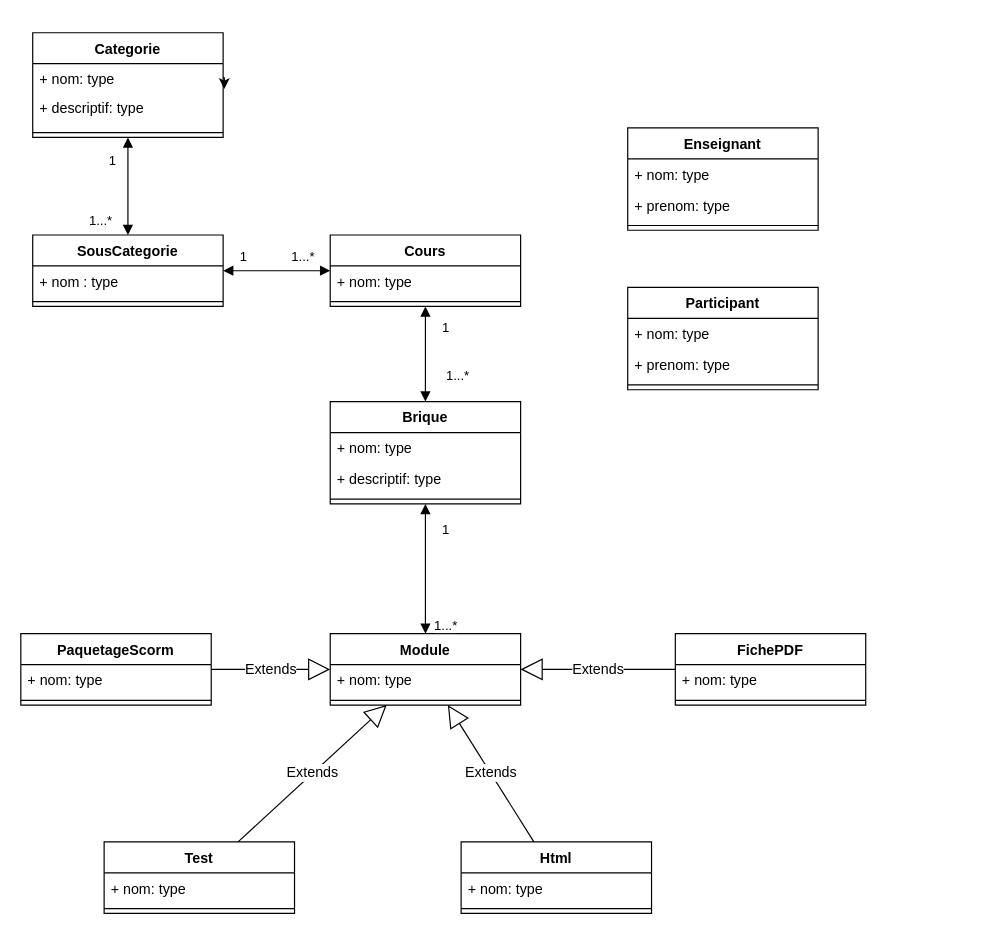
This is MasKaret.drawio from jean-seb-2106/pythontest, a draw.io file, before an edit. Source tidied: cells renumbered, new cells numbered last; positions are measured from the earlier drawing's top-left corner, leaving out a move shared by most shapes. Both pictures are drawn from the tidied source at 119%, with x=0, y=0 at pixel (20, 32).
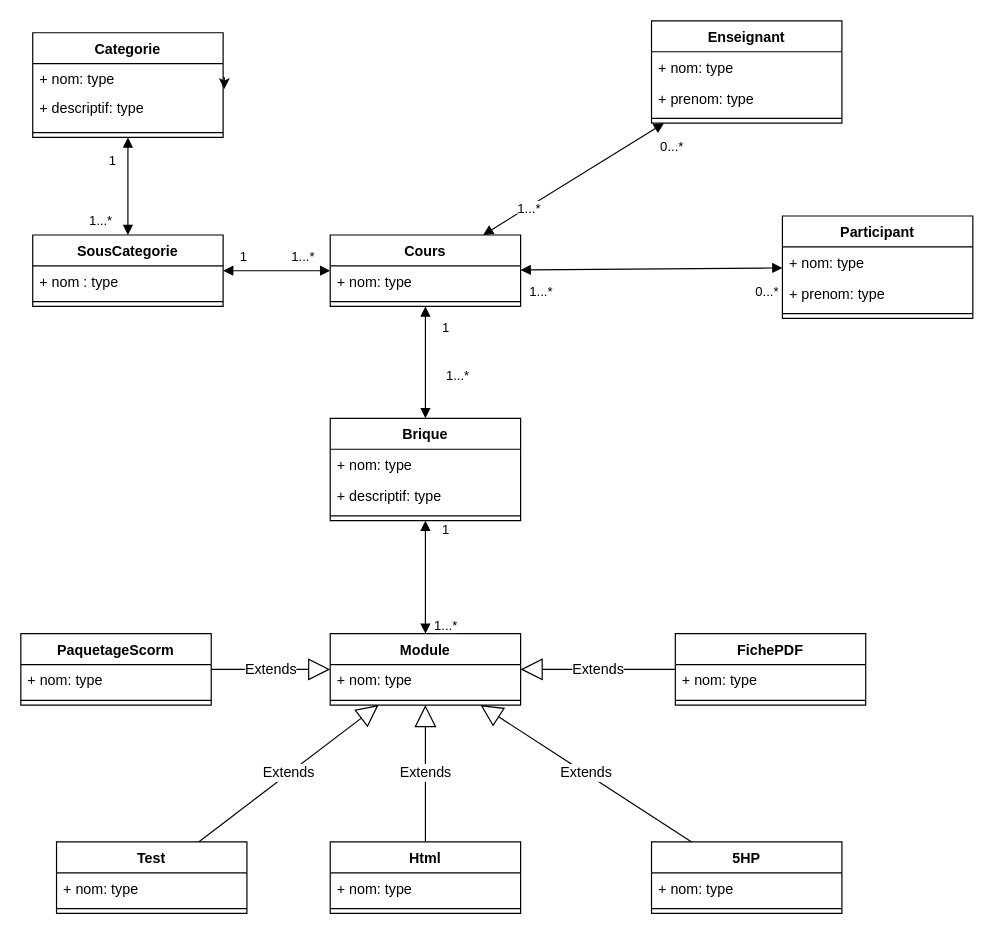
After the change.

Commit message:
Mettre à jour MasKaret.drawio

The change refers to these unchanged cells:
```xml
<mxCell id="10" value="Cours" style="swimlane;fontStyle=1;align=center;verticalAlign=top;horizontal=1;startSize=26;whiteSpace=wrap;html=1;" parent="1" vertex="1">
  <mxGeometry x="260" y="170" width="160" height="60" as="geometry" />
</mxCell>
<mxCell id="13" value="Module" style="swimlane;fontStyle=1;align=center;verticalAlign=top;horizontal=1;startSize=26;whiteSpace=wrap;html=1;" parent="1" vertex="1">
  <mxGeometry x="260" y="505" width="160" height="60" as="geometry" />
</mxCell>
```

Change to the diagram source:
```diff
@@
     <mxCell id="16" value="Enseignant" style="swimlane;fontStyle=1;align=center;verticalAlign=top;horizontal=1;startSize=26;whiteSpace=wrap;html=1;" parent="1" vertex="1">
-      <mxGeometry x="510" y="80" width="160" height="86" as="geometry" />
+      <mxGeometry x="530" y="-10" width="160" height="86" as="geometry" />
     </mxCell>
@@
     <mxCell id="20" value="Participant" style="swimlane;fontStyle=1;align=center;verticalAlign=top;horizontal=1;startSize=26;whiteSpace=wrap;html=1;" parent="1" vertex="1">
-      <mxGeometry x="510" y="214" width="160" height="86" as="geometry" />
+      <mxGeometry x="640" y="154" width="160" height="86" as="geometry" />
     </mxCell>
@@
     <mxCell id="27" value="Brique" style="swimlane;fontStyle=1;align=center;verticalAlign=top;horizontal=1;startSize=26;whiteSpace=wrap;html=1;" parent="1" vertex="1">
-      <mxGeometry x="260" y="310" width="160" height="86" as="geometry" />
+      <mxGeometry x="260" y="324" width="160" height="86" as="geometry" />
     </mxCell>
@@
     <mxCell id="32" value="Test" style="swimlane;fontStyle=1;align=center;verticalAlign=top;horizontal=1;startSize=26;whiteSpace=wrap;html=1;" parent="1" vertex="1">
-      <mxGeometry x="70" y="680" width="160" height="60" as="geometry" />
+      <mxGeometry x="30" y="680" width="160" height="60" as="geometry" />
     </mxCell>
@@
     <mxCell id="49" value="Html" style="swimlane;fontStyle=1;align=center;verticalAlign=top;horizontal=1;startSize=26;whiteSpace=wrap;html=1;" parent="1" vertex="1">
-      <mxGeometry x="370" y="680" width="160" height="60" as="geometry" />
+      <mxGeometry x="260" y="680" width="160" height="60" as="geometry" />
     </mxCell>
@@
+    <mxCell id="56" style="endArrow=block;startArrow=block;endFill=1;startFill=1;html=1;rounded=0;" parent="1" edge="1" source="10" target="16">
+      <mxGeometry relative="1" as="geometry" />
+    </mxCell>
+    <mxCell id="57" style="endArrow=block;startArrow=block;endFill=1;startFill=1;html=1;rounded=0;" parent="1" edge="1" source="10" target="20">
+      <mxGeometry relative="1" as="geometry" />
+    </mxCell>
+    <mxCell id="58" value="1...*" style="edgeLabel;html=1;align=center;verticalAlign=middle;" parent="1" vertex="1">
+      <mxGeometry x="400" y="140" as="geometry">
+        <mxPoint x="26" y="7" as="offset" />
+      </mxGeometry>
+    </mxCell>
+    <mxCell id="59" value="0...*" style="edgeLabel;html=1;align=center;verticalAlign=middle;" parent="1" vertex="1">
+      <mxGeometry x="520" y="88" as="geometry">
+        <mxPoint x="26" y="7" as="offset" />
+      </mxGeometry>
+    </mxCell>
+    <mxCell id="60" value="0...*" style="edgeLabel;html=1;align=center;verticalAlign=middle;" parent="1" vertex="1">
+      <mxGeometry x="600" y="210" as="geometry">
+        <mxPoint x="26" y="7" as="offset" />
+      </mxGeometry>
+    </mxCell>
+    <mxCell id="61" value="1...*" style="edgeLabel;html=1;align=center;verticalAlign=middle;" parent="1" vertex="1">
+      <mxGeometry x="410" y="210" as="geometry">
+        <mxPoint x="26" y="7" as="offset" />
+      </mxGeometry>
+    </mxCell>
+    <mxCell id="62" value="5HP" style="swimlane;fontStyle=1;align=center;verticalAlign=top;horizontal=1;startSize=26;whiteSpace=wrap;html=1;" parent="1" vertex="1">
+      <mxGeometry x="530" y="680" width="160" height="60" as="geometry" />
+    </mxCell>
+    <mxCell id="63" value="+ nom: type" style="text;strokeColor=none;fillColor=none;align=left;verticalAlign=top;spacingLeft=4;spacingRight=4;overflow=hidden;whiteSpace=wrap;html=1;" parent="62" vertex="1">
+      <mxGeometry y="26" width="160" height="26" as="geometry" />
+    </mxCell>
+    <mxCell id="64" style="line;strokeWidth=1;fillColor=none;align=left;verticalAlign=middle;spacingTop=-1;spacingLeft=3;spacingRight=3;labelPosition=right;strokeColor=inherit;" parent="62" vertex="1">
+      <mxGeometry y="52" width="160" height="8" as="geometry" />
+    </mxCell>
+    <mxCell id="65" value="Extends" style="endArrow=block;endSize=16;endFill=0;html=1;rounded=0;fontSize=12;curved=1;" parent="1" edge="1" source="62" target="13">
+      <mxGeometry relative="1" as="geometry" />
+    </mxCell>
```
